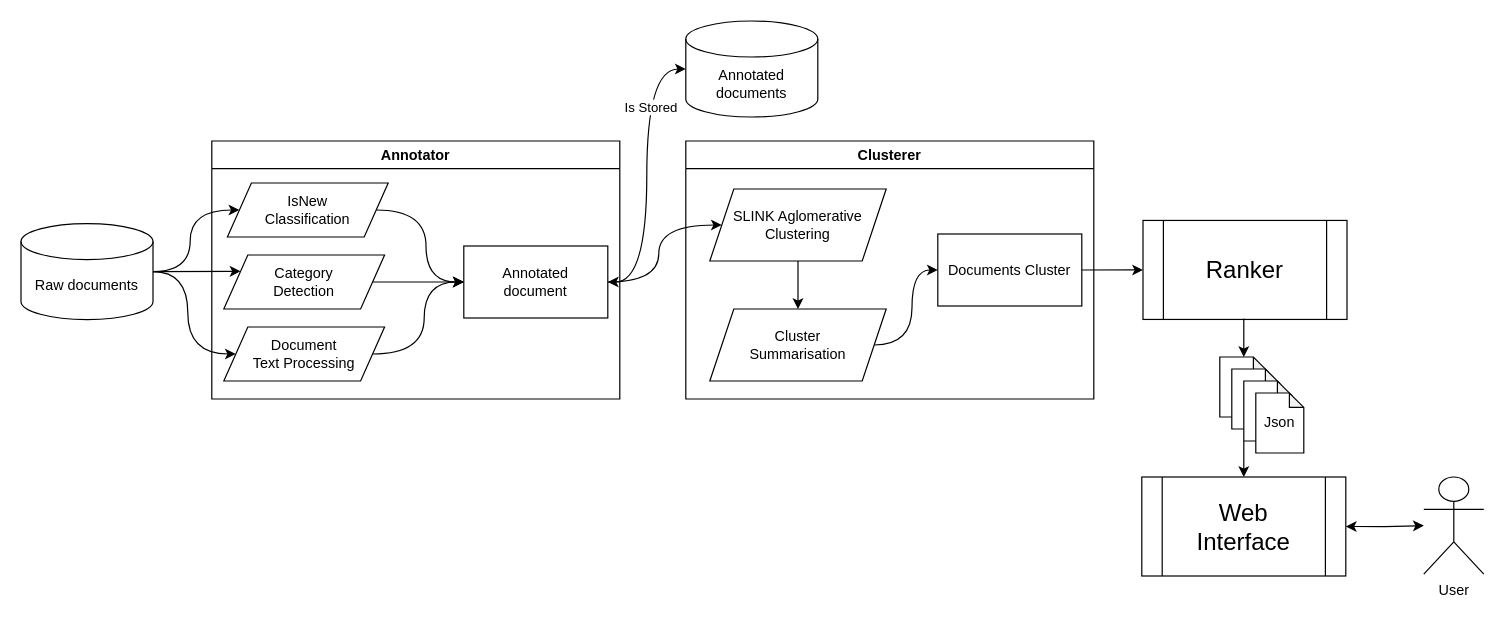
Above: diagrams/postly.drawio in lllchak/postly (draw.io), before the change. Source tidied: cells renumbered, new cells numbered last; positions are measured from the earlier drawing's top-left corner, leaving out a move shared by most shapes. Both pictures are drawn from the tidied source at 120%, with x=0, y=0 at pixel (20, 20).
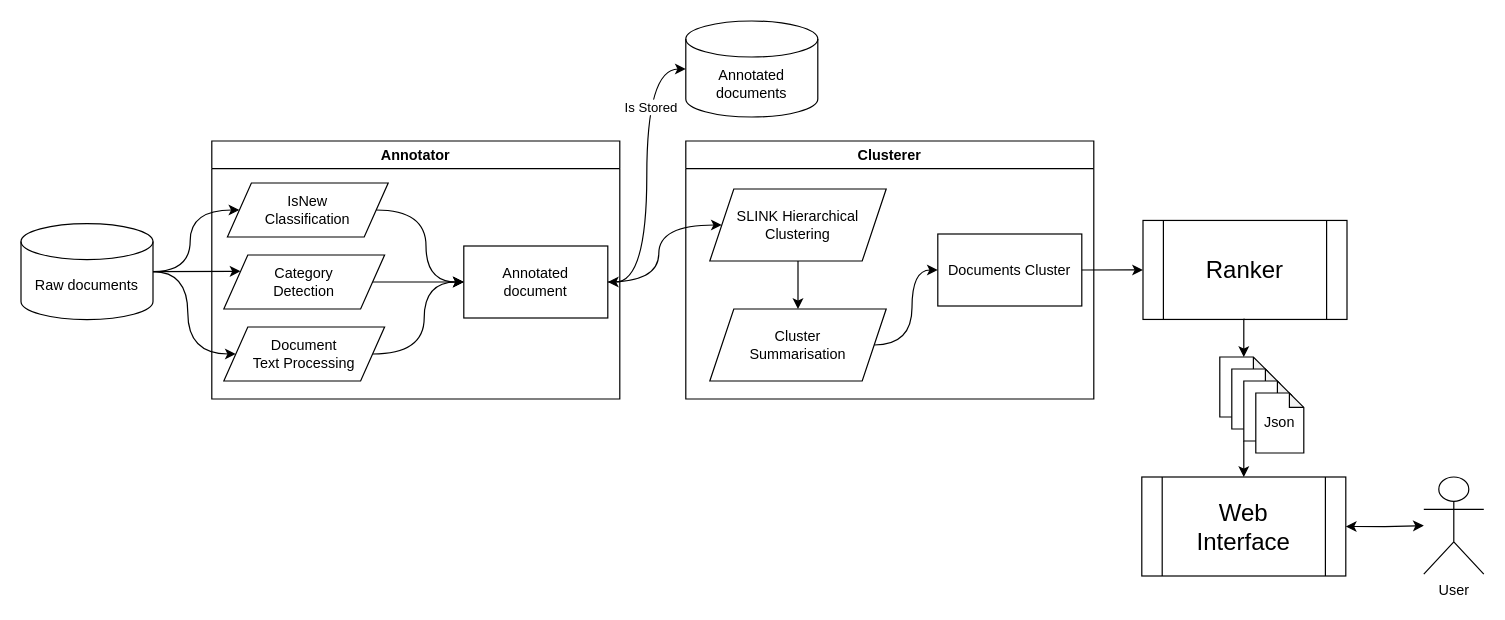
After the change.

The change refers to these unchanged cells:
```xml
<mxCell id="17" value="Clusterer" style="swimlane;whiteSpace=wrap;html=1;startSize=23;" parent="1" vertex="1">
  <mxGeometry x="554" y="100" width="340" height="215" as="geometry" />
</mxCell>
```

Diff of the diagram source:
```diff
@@
-    <mxCell id="19" value="SLINK Aglomerative&lt;div&gt;Clustering&lt;/div&gt;" style="shape=parallelogram;perimeter=parallelogramPerimeter;whiteSpace=wrap;html=1;fixedSize=1;" parent="17" vertex="1">
+    <mxCell id="19" value="SLINK Hierarchical&lt;div&gt;Clustering&lt;/div&gt;" style="shape=parallelogram;perimeter=parallelogramPerimeter;whiteSpace=wrap;html=1;fixedSize=1;" parent="17" vertex="1">
       <mxGeometry x="20" y="40" width="147" height="60" as="geometry" />
     </mxCell>
```
